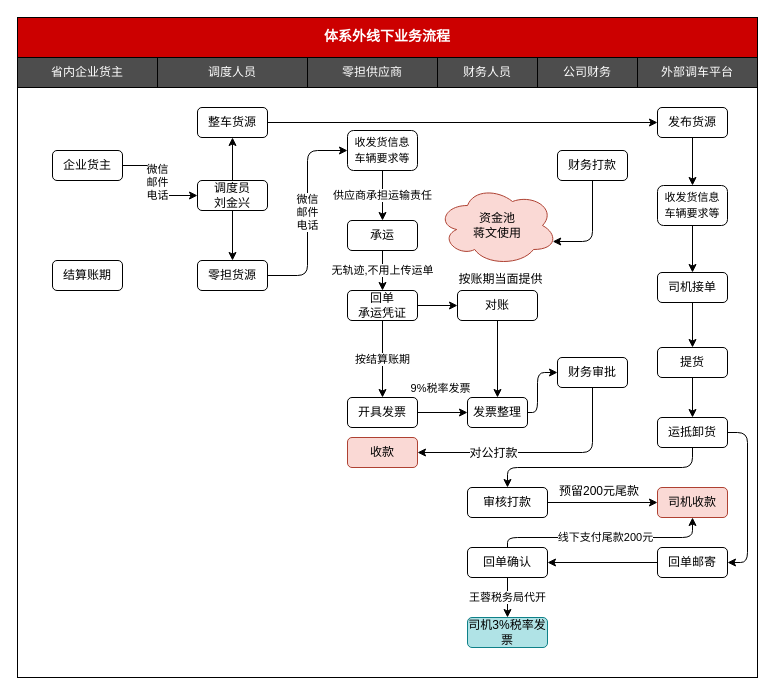
Before: 体系外业务流程.drawio in chenyibang/rdpwrap, a draw.io diagram. Source tidied: cells renumbered, new cells numbered last; positions are measured from the earlier drawing's top-left corner, leaving out a move shared by most shapes. Both pictures are drawn from the tidied source at 100%, with x=0, y=0 at pixel (17, 17).
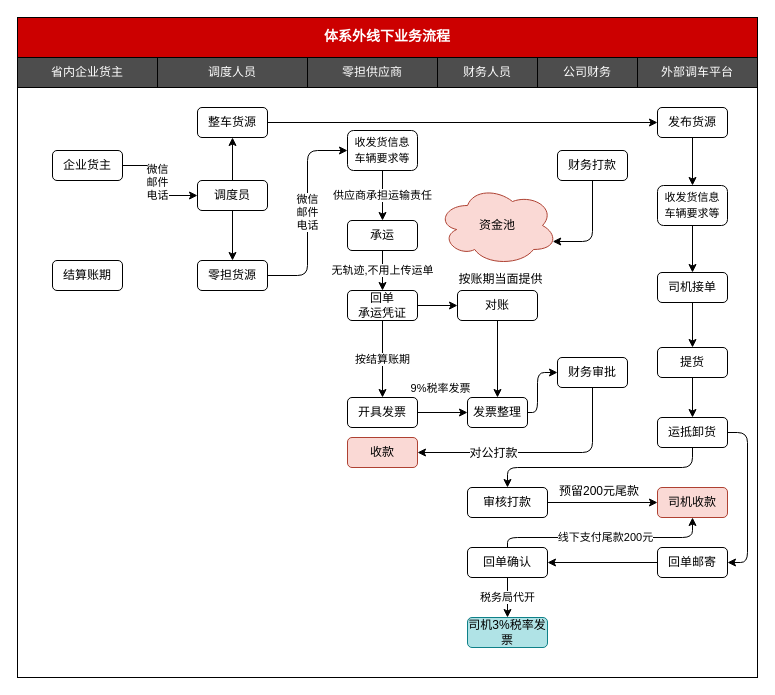
Above is the later version.

Commit message:
更新体系外业务流程.drawio

Unchanged cells that the change refers to:
```xml
<mxCell id="53" value="回单确认" style="rounded=1;whiteSpace=wrap;html=1;" parent="1" vertex="1">
  <mxGeometry x="450" y="530" width="80" height="30" as="geometry" />
</mxCell>
<mxCell id="54" value="司机3%税率发票" style="rounded=1;whiteSpace=wrap;html=1;fillColor=#b0e3e6;strokeColor=#0e8088;" parent="1" vertex="1">
  <mxGeometry x="450" y="600" width="80" height="30" as="geometry" />
</mxCell>
```

Change to the diagram source:
```diff
@@
-    <mxCell id="12" value="调度员&lt;br&gt;刘金兴" style="rounded=1;whiteSpace=wrap;html=1;" parent="1" vertex="1">
+    <mxCell id="12" value="调度员" style="rounded=1;whiteSpace=wrap;html=1;" parent="1" vertex="1">
       <mxGeometry x="180" y="163" width="70" height="30" as="geometry" />
     </mxCell>
@@
-    <mxCell id="52" value="王蓉税务局代开" style="edgeStyle=orthogonalEdgeStyle;rounded=1;comic=0;jumpStyle=gap;jumpSize=6;jettySize=auto;html=1;shadow=0;startArrow=none;startFill=0;strokeColor=#000000;" parent="1" edge="1" source="53" target="54">
+    <mxCell id="52" value="税务局代开" style="edgeStyle=orthogonalEdgeStyle;rounded=1;comic=0;jumpStyle=gap;jumpSize=6;jettySize=auto;html=1;shadow=0;startArrow=none;startFill=0;strokeColor=#000000;" parent="1" edge="1" source="53" target="54">
       <mxGeometry relative="1" as="geometry" />
     </mxCell>
@@
-    <mxCell id="57" value="资金池&lt;br&gt;蒋文使用" style="ellipse;shape=cloud;whiteSpace=wrap;html=1;fillColor=#fad9d5;strokeColor=#ae4132;" parent="1" vertex="1">
+    <mxCell id="57" value="资金池" style="ellipse;shape=cloud;whiteSpace=wrap;html=1;fillColor=#fad9d5;strokeColor=#ae4132;" parent="1" vertex="1">
       <mxGeometry x="420" y="168" width="120" height="80" as="geometry" />
     </mxCell>
```
